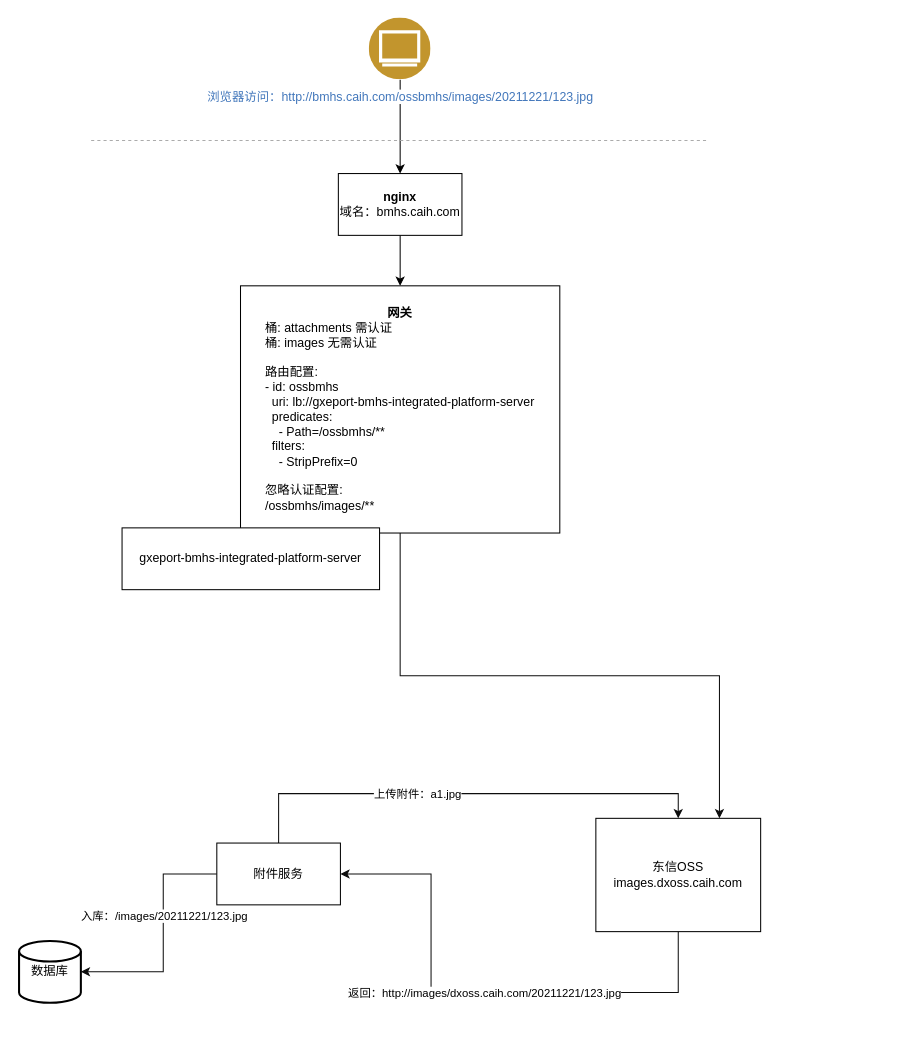
Earlier version of the draw.io diagram 对象存储.drawio (ghappier/draw). Source tidied: cells renumbered, new cells numbered last; positions are measured from the earlier drawing's top-left corner, leaving out a move shared by most shapes. Both pictures are drawn from the tidied source at 103%, with x=0, y=0 at pixel (19, 18).
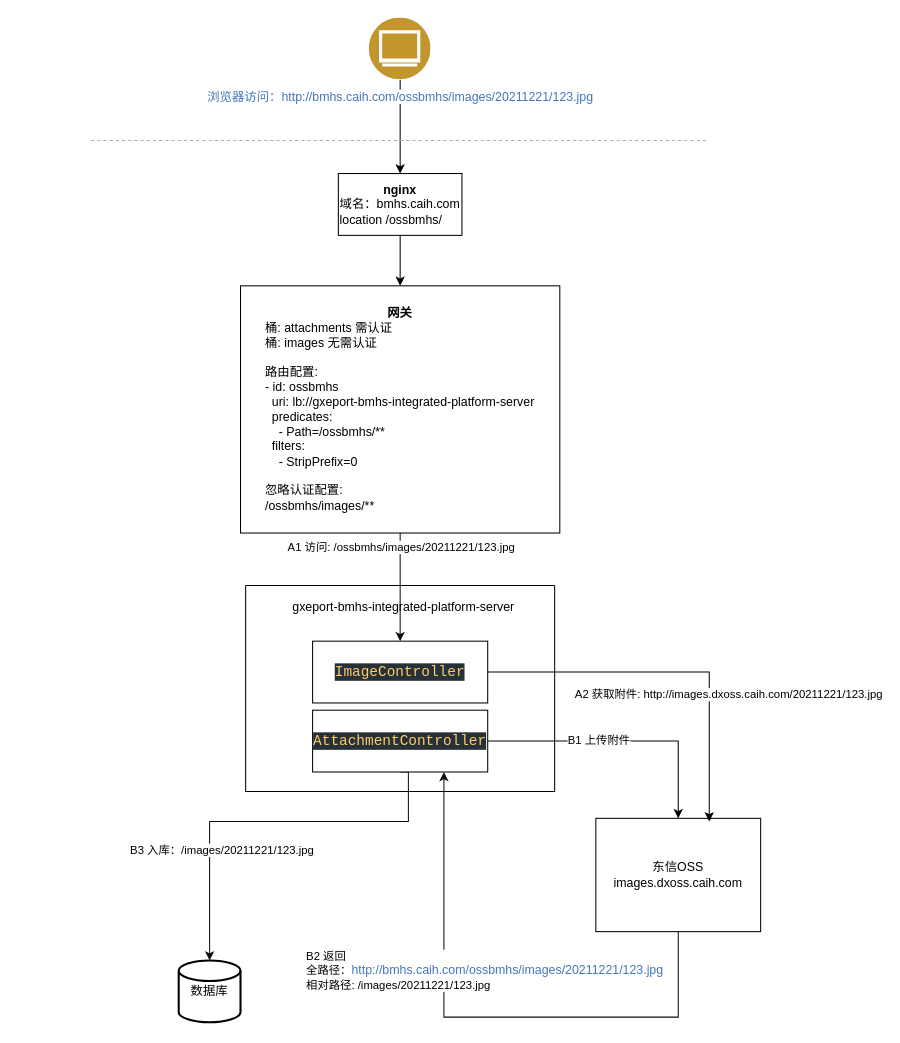
The same page after the edit.

The change refers to these unchanged cells:
```xml
<mxCell id="11" value="东信OSS&lt;br&gt;images.dxoss.caih.com" style="rounded=0;whiteSpace=wrap;html=1;" parent="1" vertex="1">
  <mxGeometry x="560" y="777" width="160" height="110" as="geometry" />
</mxCell>
<mxCell id="18" value="&lt;b&gt;网关&lt;/b&gt;&lt;br&gt;&lt;div style=&quot;text-align: left&quot;&gt;桶: attachments 需认证&lt;/div&gt;&lt;div style=&quot;text-align: left&quot;&gt;桶: images 无需认证&lt;/div&gt;&lt;div style=&quot;text-align: left&quot;&gt;&lt;br&gt;&lt;/div&gt;&lt;div style=&quot;text-align: left&quot;&gt;路由配置:&lt;/div&gt;&lt;div style=&quot;text-align: left&quot;&gt;- id: ossbmhs&lt;/div&gt;&lt;div style=&quot;text-align: left&quot;&gt;&amp;nbsp; uri: lb://gxeport-bmhs-integrated-platform-server&lt;/div&gt;&lt;div style=&quot;text-align: left&quot;&gt;&amp;nbsp; predicates:&lt;/div&gt;&lt;div style=&quot;text-align: left&quot;&gt;&amp;nbsp; &amp;nbsp; - Path=/ossbmhs/**&lt;/div&gt;&lt;div style=&quot;text-align: left&quot;&gt;&amp;nbsp; filters:&lt;/div&gt;&lt;div style=&quot;text-align: left&quot;&gt;&amp;nbsp; &amp;nbsp; - StripPrefix=0&lt;/div&gt;&lt;div style=&quot;text-align: left&quot;&gt;&lt;br&gt;&lt;/div&gt;&lt;div style=&quot;text-align: left&quot;&gt;忽略认证配置:&lt;/div&gt;&lt;div style=&quot;text-align: left&quot;&gt;/ossbmhs/images/**&lt;br&gt;&lt;/div&gt;" style="rounded=0;whiteSpace=wrap;html=1;" parent="1" vertex="1">
  <mxGeometry x="215" y="260" width="310" height="240" as="geometry" />
</mxCell>
```

The edit, as a diff of the source:
```diff
@@
-    <mxCell id="2" style="edgeStyle=orthogonalEdgeStyle;rounded=0;jettySize=auto;html=1;exitX=0.5;exitY=1;exitDx=0;exitDy=0;entryX=0.75;entryY=0;entryDx=0;entryDy=0;strokeColor=#0D0D0D;" parent="1" edge="1" source="18" target="11">
+    <mxCell id="2" style="edgeStyle=orthogonalEdgeStyle;rounded=0;jettySize=auto;html=1;exitX=0.5;exitY=1;exitDx=0;exitDy=0;strokeColor=#0D0D0D;" parent="1" edge="1" source="18" target="24">
       <mxGeometry relative="1" as="geometry" />
     </mxCell>
@@
+    <mxCell id="20" value="A1 访问: /ossbmhs/images/20211221/123.jpg" style="edgeLabel;html=1;align=center;verticalAlign=middle;" parent="2" vertex="1">
+      <mxGeometry x="-0.75" relative="1" as="geometry" />
+    </mxCell>
@@
-    <mxCell id="5" value="&lt;b&gt;nginx&lt;/b&gt;&lt;br&gt;域名：bmhs.caih.com" style="rounded=0;whiteSpace=wrap;html=1;" parent="1" vertex="1">
+    <mxCell id="5" value="&lt;b&gt;nginx&lt;/b&gt;&lt;br&gt;域名：bmhs.caih.com&lt;br&gt;&lt;div style=&quot;text-align: left&quot;&gt;&lt;span&gt;location /ossbmhs/&lt;/span&gt;&lt;/div&gt;" style="rounded=0;whiteSpace=wrap;html=1;" parent="1" vertex="1">
       <mxGeometry x="310" y="151" width="120" height="60" as="geometry" />
     </mxCell>
@@
-    <mxCell id="9" style="edgeStyle=orthogonalEdgeStyle;rounded=0;jettySize=auto;html=1;exitX=0.5;exitY=1;exitDx=0;exitDy=0;entryX=1;entryY=0.5;entryDx=0;entryDy=0;strokeColor=#0D0D0D;" parent="1" edge="1" source="11" target="16">
+    <mxCell id="9" style="edgeStyle=orthogonalEdgeStyle;rounded=0;jettySize=auto;html=1;exitX=0.5;exitY=1;exitDx=0;exitDy=0;entryX=0.75;entryY=1;entryDx=0;entryDy=0;strokeColor=#0D0D0D;" parent="1" edge="1" source="11" target="27">
       <mxGeometry relative="1" as="geometry">
         <Array as="points">
-          <mxPoint x="640" y="946" />
-          <mxPoint x="400" y="946" />
-          <mxPoint x="400" y="831" />
+          <mxPoint x="640" y="970" />
+          <mxPoint x="413" y="970" />
         </Array>
       </mxGeometry>
     </mxCell>
-    <mxCell id="10" value="返回：http://images/dxoss.caih.com/20211221/123.jpg" style="edgeLabel;html=1;align=center;verticalAlign=middle;" parent="9" vertex="1">
-      <mxGeometry x="-0.01" relative="1" as="geometry" />
+    <mxCell id="10" value="&lt;div style=&quot;text-align: left&quot;&gt;B2 返回&lt;/div&gt;全路径：&lt;span style=&quot;color: rgb(66 , 119 , 187) ; font-size: 12px&quot;&gt;http://bmhs.caih.com/ossbmhs/images/20211221/123.jpg&lt;/span&gt;&lt;br&gt;&lt;div style=&quot;text-align: left&quot;&gt;相对路径: /images/20211221/123.jpg&lt;/div&gt;" style="edgeLabel;html=1;align=center;verticalAlign=middle;" parent="9" vertex="1">
+      <mxGeometry x="-0.01" relative="1" as="geometry">
+        <mxPoint y="-46" as="offset" />
+      </mxGeometry>
     </mxCell>
@@
-    <mxCell id="12" style="edgeStyle=orthogonalEdgeStyle;rounded=0;jettySize=auto;html=1;exitX=0.5;exitY=0;exitDx=0;exitDy=0;entryX=0.5;entryY=0;entryDx=0;entryDy=0;strokeColor=#0D0D0D;" parent="1" edge="1" source="16" target="11">
-      <mxGeometry relative="1" as="geometry">
-        <Array as="points">
-          <mxPoint x="252" y="753" />
-          <mxPoint x="640" y="753" />
-        </Array>
-      </mxGeometry>
-    </mxCell>
-    <mxCell id="13" value="上传附件：a1.jpg" style="edgeLabel;html=1;align=center;verticalAlign=middle;" parent="12" vertex="1">
-      <mxGeometry x="-0.21" relative="1" as="geometry" />
-    </mxCell>
-    <mxCell id="14" style="edgeStyle=orthogonalEdgeStyle;rounded=0;jettySize=auto;html=1;exitX=0;exitY=0.5;exitDx=0;exitDy=0;strokeColor=#0D0D0D;" parent="1" edge="1" source="16" target="17">
+    <mxCell id="14" style="edgeStyle=orthogonalEdgeStyle;rounded=0;jettySize=auto;html=1;strokeColor=#0D0D0D;exitX=0.5;exitY=1;exitDx=0;exitDy=0;entryX=0.5;entryY=0;entryDx=0;entryDy=0;entryPerimeter=0;" parent="1" edge="1" source="27" target="17">
       <mxGeometry relative="1" as="geometry">
         <Array as="points">
-          <mxPoint x="140" y="831" />
-          <mxPoint x="140" y="926" />
+          <mxPoint x="378" y="780" />
+          <mxPoint x="185" y="780" />
         </Array>
       </mxGeometry>
     </mxCell>
-    <mxCell id="15" value="入库：/images/20211221/123.jpg" style="edgeLabel;html=1;align=center;verticalAlign=middle;" parent="14" vertex="1">
-      <mxGeometry x="-0.19" relative="1" as="geometry" />
+    <mxCell id="15" value="B3 入库：/images/20211221/123.jpg" style="edgeLabel;html=1;align=center;verticalAlign=middle;" parent="14" vertex="1">
+      <mxGeometry x="-0.19" relative="1" as="geometry">
+        <mxPoint x="-82" y="27" as="offset" />
+      </mxGeometry>
     </mxCell>
-    <mxCell id="16" value="附件服务" style="rounded=0;whiteSpace=wrap;html=1;" parent="1" vertex="1">
-      <mxGeometry x="192" y="801" width="120" height="60" as="geometry" />
-    </mxCell>
     <mxCell id="17" value="数据库" style="strokeWidth=2;html=1;shape=mxgraph.flowchart.database;whiteSpace=wrap;" parent="1" vertex="1">
-      <mxGeometry y="896" width="60" height="60" as="geometry" />
+      <mxGeometry x="155" y="915" width="60" height="60" as="geometry" />
     </mxCell>
@@
+    <mxCell id="21" style="swimlane;startSize=0;" parent="1" vertex="1">
+      <mxGeometry x="220" y="551" width="300" height="200" as="geometry" />
+    </mxCell>
-    <mxCell id="19" value="gxeport-bmhs-integrated-platform-server" style="rounded=0;whiteSpace=wrap;html=1;" parent="1" vertex="1">
-      <mxGeometry x="100" y="495" width="250" height="60" as="geometry" />
+    <mxCell id="19" value="&lt;span&gt;gxeport-bmhs-integrated-platform-server&lt;/span&gt;" style="text;html=1;align=center;verticalAlign=middle;strokeColor=none;fillColor=none;" parent="1" vertex="1">
+      <mxGeometry x="258" y="562" width="230" height="20" as="geometry" />
     </mxCell>
+    <mxCell id="22" style="edgeStyle=orthogonalEdgeStyle;rounded=0;jettySize=auto;html=1;exitX=1;exitY=0.5;exitDx=0;exitDy=0;entryX=0.688;entryY=0.027;entryDx=0;entryDy=0;entryPerimeter=0;" parent="1" edge="1" source="24" target="11">
+      <mxGeometry relative="1" as="geometry">
+        <Array as="points">
+          <mxPoint x="670" y="635" />
+        </Array>
+      </mxGeometry>
+    </mxCell>
+    <mxCell id="23" value="A2 获取附件: http://images.dxoss.caih.com/20211221/123.jpg" style="edgeLabel;html=1;align=center;verticalAlign=middle;" parent="22" vertex="1">
+      <mxGeometry x="-0.32" y="-1" relative="1" as="geometry">
+        <mxPoint x="111" y="20" as="offset" />
+      </mxGeometry>
+    </mxCell>
+    <mxCell id="24" value="&lt;pre style=&quot;background-color: #263238 ; color: #c3cee3 ; font-family: &amp;#34;consolas&amp;#34; ; font-size: 10.5pt&quot;&gt;&lt;span style=&quot;color: #ffcb6b&quot;&gt;ImageController&lt;/span&gt;&lt;/pre&gt;" style="whiteSpace=wrap;html=1;" parent="1" vertex="1">
+      <mxGeometry x="285" y="605" width="170" height="60" as="geometry" />
+    </mxCell>
+    <mxCell id="25" style="edgeStyle=orthogonalEdgeStyle;rounded=0;jettySize=auto;html=1;" parent="1" edge="1" source="27" target="11">
+      <mxGeometry relative="1" as="geometry" />
+    </mxCell>
+    <mxCell id="26" value="B1 上传附件" style="edgeLabel;html=1;align=center;verticalAlign=middle;" parent="25" vertex="1">
+      <mxGeometry x="-0.18" y="2" relative="1" as="geometry" />
+    </mxCell>
+    <mxCell id="27" value="&lt;pre style=&quot;background-color: #263238 ; color: #c3cee3 ; font-family: &amp;#34;consolas&amp;#34; ; font-size: 10.5pt&quot;&gt;&lt;pre style=&quot;font-family: &amp;#34;consolas&amp;#34; ; font-size: 10.5pt&quot;&gt;&lt;span style=&quot;color: #ffcb6b&quot;&gt;AttachmentController&lt;/span&gt;&lt;/pre&gt;&lt;/pre&gt;" style="whiteSpace=wrap;html=1;" parent="1" vertex="1">
+      <mxGeometry x="285" y="672" width="170" height="60" as="geometry" />
+    </mxCell>
```
